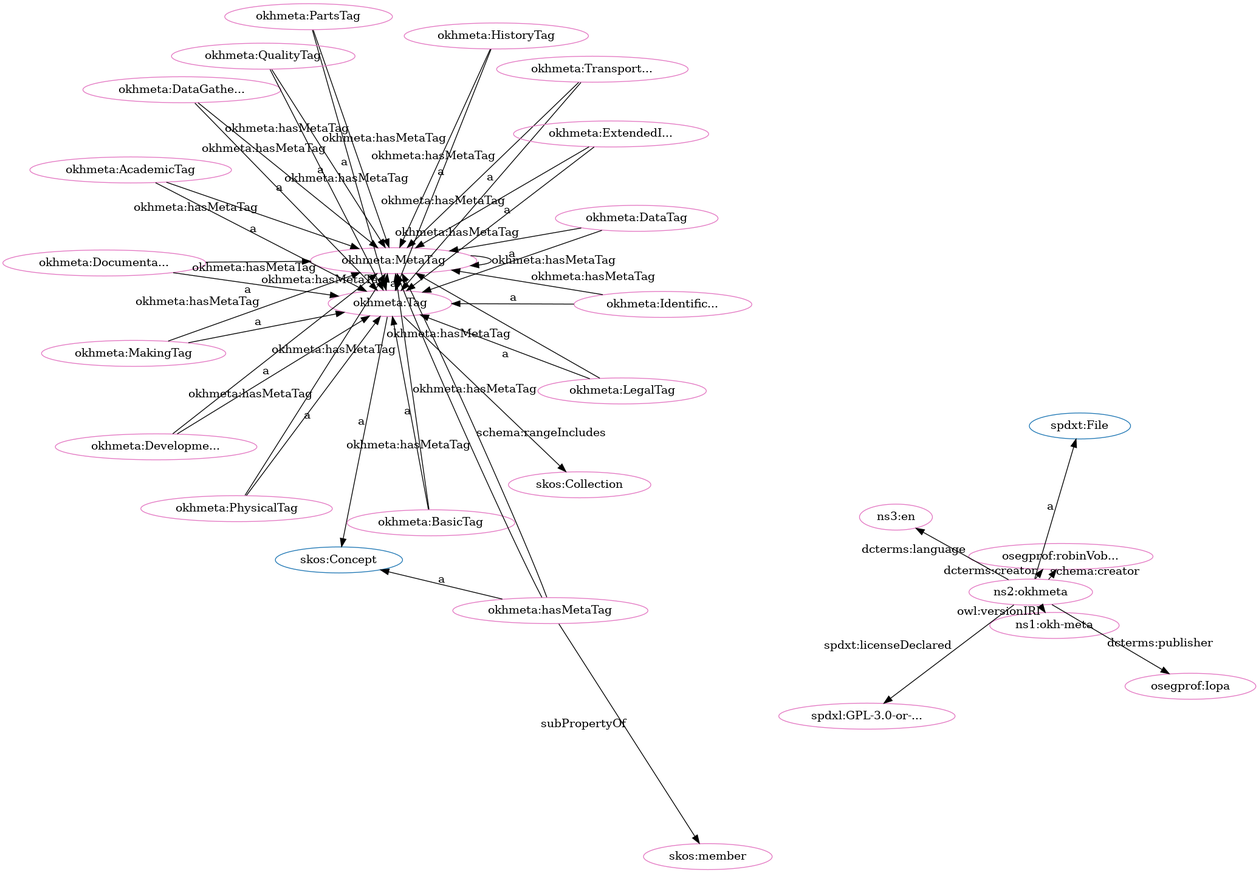
The Graphviz diagram src/spec/dot_okh-meta-clean.png in iop-alliance/OpenKnowHow, before a commit. Its source is kept beside it as src/spec/dot_okh-meta-clean.dot.
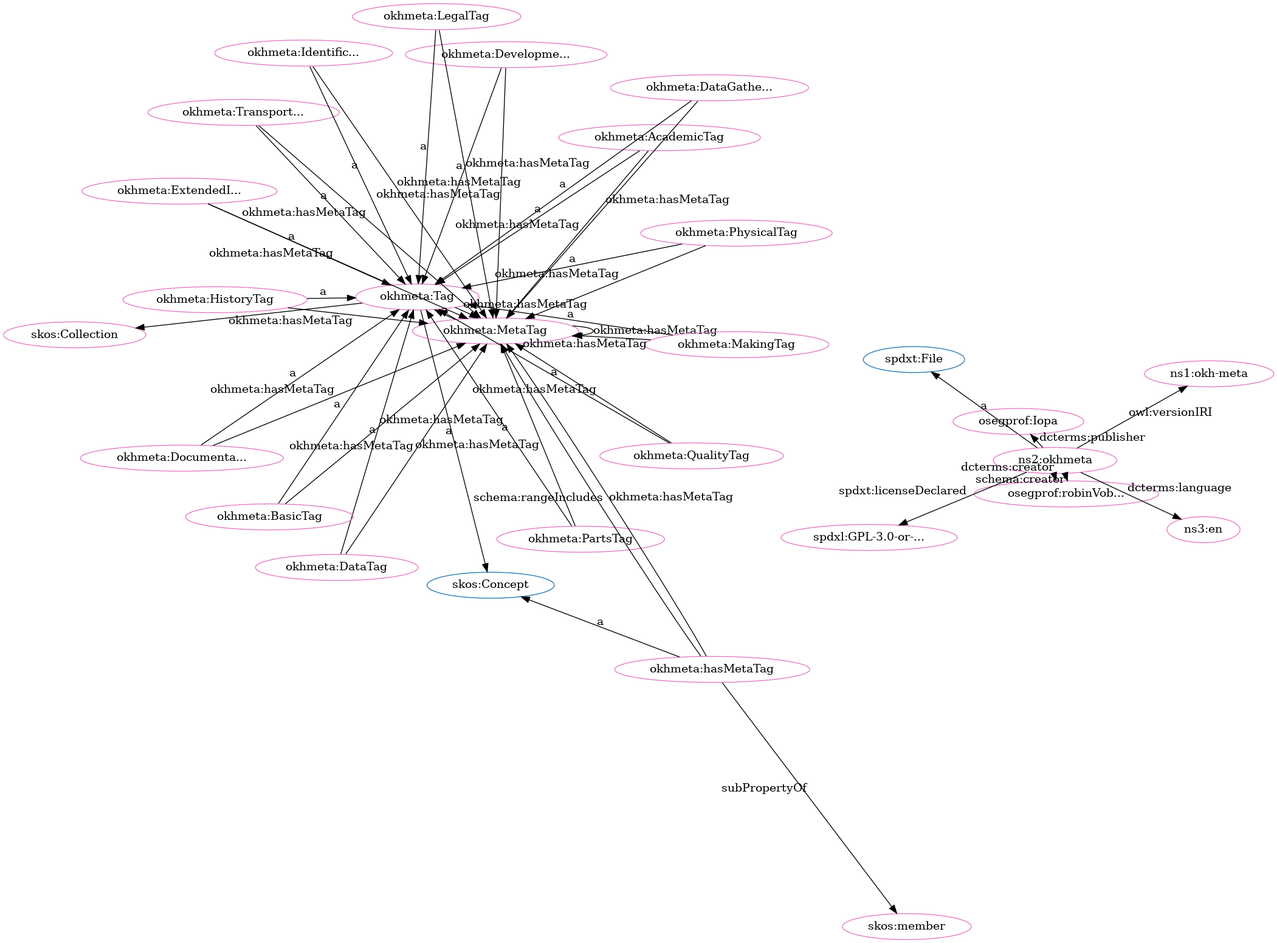
After the change.

What changed in the source:
```diff
@@ -1,81 +1,81 @@
 digraph G {
   rankdir=BT
   node[height=.3]
+"http://spdx.org/rdf/terms#File" [fillcolor="#1f77b4" color="#1f77b4" label="spdxt:File"]
+"https://w3id.org/oseg/ont/okhmeta#Tag" [fillcolor="#1f77b4" color="#1f77b4" label="okhmeta:Tag"]
+"http://www.w3.org/2004/02/skos/core#Collection" [fillcolor="#1f77b4" color="#1f77b4" label="skos:Collection"]
 "http://www.w3.org/2004/02/skos/core#Concept" [fillcolor="#1f77b4" color="#1f77b4" label="skos:Concept"]
 "https://w3id.org/oseg/ont/okhmeta#MetaTag" [fillcolor="#1f77b4" color="#1f77b4" label="okhmeta:MetaTag"]
-"http://www.w3.org/2004/02/skos/core#Collection" [fillcolor="#1f77b4" color="#1f77b4" label="skos:Collection"]
-"https://w3id.org/oseg/ont/okhmeta#Tag" [fillcolor="#1f77b4" color="#1f77b4" label="okhmeta:Tag"]
-"http://spdx.org/rdf/terms#File" [fillcolor="#1f77b4" color="#1f77b4" label="spdxt:File"]
+"https://w3id.org/oseg/ont/okhmeta#MakingTag" [fillcolor="#e377c2" color="#e377c2" label="okhmeta:MakingTag"]
+"https://w3id.org/oseg/ont/okhmeta#HistoryTag" [fillcolor="#e377c2" color="#e377c2" label="okhmeta:HistoryTag"]
 "https://w3id.org/oseg/ont/okhmeta#DataTag" [fillcolor="#e377c2" color="#e377c2" label="okhmeta:DataTag"]
+"https://w3id.org/oseg/ont/okhmeta#QualityTag" [fillcolor="#e377c2" color="#e377c2" label="okhmeta:QualityTag"]
+"https://w3id.org/oseg/ont/okhmeta#MetaTag" [fillcolor="#e377c2" color="#e377c2" label="okhmeta:MetaTag"]
+"https://w3id.org/oseg/ont/1.1.0/okh-meta" [fillcolor="#e377c2" color="#e377c2" label="ns1:okh-meta"]
 "https://w3id.org/oseg/ont/oseg-profiles#robinVobruba" [fillcolor="#e377c2" color="#e377c2" label="osegprof:robinVob..."]
+"https://w3id.org/oseg/ont/okhmeta#BasicTag" [fillcolor="#e377c2" color="#e377c2" label="okhmeta:BasicTag"]
 "https://w3id.org/oseg/ont/okhmeta#PhysicalTag" [fillcolor="#e377c2" color="#e377c2" label="okhmeta:PhysicalTag"]
-"https://w3id.org/oseg/ont/okhmeta#MetaTag" [fillcolor="#e377c2" color="#e377c2" label="okhmeta:MetaTag"]
+"http://www.w3.org/2004/02/skos/core#Collection" [fillcolor="#e377c2" color="#e377c2" label="skos:Collection"]
+"https://w3id.org/oseg/ont/okhmeta#DocumentationTag" [fillcolor="#e377c2" color="#e377c2" label="okhmeta:Documenta..."]
+"https://w3id.org/oseg/ont/okhmeta#TransportationTag" [fillcolor="#e377c2" color="#e377c2" label="okhmeta:Transport..."]
+"https://w3id.org/oseg/ont/okhmeta#PartsTag" [fillcolor="#e377c2" color="#e377c2" label="okhmeta:PartsTag"]
+"https://w3id.org/oseg/ont/okhmeta#AcademicTag" [fillcolor="#e377c2" color="#e377c2" label="okhmeta:AcademicTag"]
 "https://w3id.org/oseg/ont/okhmeta#DevelopmentTag" [fillcolor="#e377c2" color="#e377c2" label="okhmeta:Developme..."]
-"https://w3id.org/oseg/ont/okhmeta#Tag" [fillcolor="#e377c2" color="#e377c2" label="okhmeta:Tag"]
-"https://w3id.org/oseg/ont/okhmeta#IdentificationTag" [fillcolor="#e377c2" color="#e377c2" label="okhmeta:Identific..."]
-"https://w3id.org/oseg/ont/okhmeta#MakingTag" [fillcolor="#e377c2" color="#e377c2" label="okhmeta:MakingTag"]
-"https://w3id.org/oseg/ont/okhmeta#BasicTag" [fillcolor="#e377c2" color="#e377c2" label="okhmeta:BasicTag"]
-"https://w3id.org/oseg/ont/1.1.0/okh-meta" [fillcolor="#e377c2" color="#e377c2" label="ns1:okh-meta"]
+"https://w3id.org/oseg/ont/okhmeta#ExtendedInfoTag" [fillcolor="#e377c2" color="#e377c2" label="okhmeta:ExtendedI..."]
 "https://w3id.org/oseg/ont/okhmeta#hasMetaTag" [fillcolor="#e377c2" color="#e377c2" label="okhmeta:hasMetaTag"]
-"https://w3id.org/oseg/ont/okhmeta#TransportationTag" [fillcolor="#e377c2" color="#e377c2" label="okhmeta:Transport..."]
-"https://w3id.org/oseg/ont/okhmeta#HistoryTag" [fillcolor="#e377c2" color="#e377c2" label="okhmeta:HistoryTag"]
 "https://w3id.org/oseg/ont/okhmeta" [fillcolor="#e377c2" color="#e377c2" label="ns2:okhmeta"]
-"http://www.w3.org/2004/02/skos/core#Collection" [fillcolor="#e377c2" color="#e377c2" label="skos:Collection"]
-"https://w3id.org/oseg/ont/oseg-profiles#Iopa" [fillcolor="#e377c2" color="#e377c2" label="osegprof:Iopa"]
-"https://w3id.org/oseg/ont/okhmeta#AcademicTag" [fillcolor="#e377c2" color="#e377c2" label="okhmeta:AcademicTag"]
-"https://w3id.org/oseg/ont/okhmeta#DocumentationTag" [fillcolor="#e377c2" color="#e377c2" label="okhmeta:Documenta..."]
-"https://w3id.org/oseg/ont/okhmeta#ExtendedInfoTag" [fillcolor="#e377c2" color="#e377c2" label="okhmeta:ExtendedI..."]
-"http://id.loc.gov/vocabulary/iso639-1/en" [fillcolor="#e377c2" color="#e377c2" label="ns3:en"]
 "http://www.w3.org/2004/02/skos/core#member" [fillcolor="#e377c2" color="#e377c2" label="skos:member"]
 "https://w3id.org/oseg/ont/okhmeta#DataGatheringTag" [fillcolor="#e377c2" color="#e377c2" label="okhmeta:DataGathe..."]
+"http://id.loc.gov/vocabulary/iso639-1/en" [fillcolor="#e377c2" color="#e377c2" label="ns3:en"]
+"https://w3id.org/oseg/ont/okhmeta#LegalTag" [fillcolor="#e377c2" color="#e377c2" label="okhmeta:LegalTag"]
+"https://w3id.org/oseg/ont/okhmeta#Tag" [fillcolor="#e377c2" color="#e377c2" label="okhmeta:Tag"]
+"https://w3id.org/oseg/ont/oseg-profiles#Iopa" [fillcolor="#e377c2" color="#e377c2" label="osegprof:Iopa"]
 "https://spdx.org/licenses/GPL-3.0-or-later" [fillcolor="#e377c2" color="#e377c2" label="spdxl:GPL-3.0-or-..."]
-"https://w3id.org/oseg/ont/okhmeta#PartsTag" [fillcolor="#e377c2" color="#e377c2" label="okhmeta:PartsTag"]
-"https://w3id.org/oseg/ont/okhmeta#QualityTag" [fillcolor="#e377c2" color="#e377c2" label="okhmeta:QualityTag"]
-"https://w3id.org/oseg/ont/okhmeta#LegalTag" [fillcolor="#e377c2" color="#e377c2" label="okhmeta:LegalTag"]
+"https://w3id.org/oseg/ont/okhmeta#IdentificationTag" [fillcolor="#e377c2" color="#e377c2" label="okhmeta:Identific..."]
+  "https://w3id.org/oseg/ont/okhmeta#MakingTag" -> "https://w3id.org/oseg/ont/okhmeta#Tag" [label="a"]
+  "https://w3id.org/oseg/ont/okhmeta#DataTag" -> "https://w3id.org/oseg/ont/okhmeta#Tag" [label="a"]
+  "https://w3id.org/oseg/ont/okhmeta#QualityTag" -> "https://w3id.org/oseg/ont/okhmeta#Tag" [label="a"]
+  "https://w3id.org/oseg/ont/okhmeta#BasicTag" -> "https://w3id.org/oseg/ont/okhmeta#Tag" [label="a"]
   "https://w3id.org/oseg/ont/okhmeta#PhysicalTag" -> "https://w3id.org/oseg/ont/okhmeta#Tag" [label="a"]
+  "https://w3id.org/oseg/ont/okhmeta#Tag" -> "http://www.w3.org/2004/02/skos/core#Collection" [label=""]
+  "https://w3id.org/oseg/ont/okhmeta#PartsTag" -> "https://w3id.org/oseg/ont/okhmeta#MetaTag" [label="okhmeta:hasMetaTag"]
+  "https://w3id.org/oseg/ont/okhmeta#AcademicTag" -> "https://w3id.org/oseg/ont/okhmeta#MetaTag" [label="okhmeta:hasMetaTag"]
+  "https://w3id.org/oseg/ont/okhmeta#hasMetaTag" -> "https://w3id.org/oseg/ont/okhmeta#MetaTag" [label="schema:rangeIncludes"]
+  "https://w3id.org/oseg/ont/okhmeta#PartsTag" -> "https://w3id.org/oseg/ont/okhmeta#Tag" [label="a"]
+  "https://w3id.org/oseg/ont/okhmeta#AcademicTag" -> "https://w3id.org/oseg/ont/okhmeta#Tag" [label="a"]
+  "https://w3id.org/oseg/ont/okhmeta#IdentificationTag" -> "https://w3id.org/oseg/ont/okhmeta#MetaTag" [label="okhmeta:hasMetaTag"]
+  "https://w3id.org/oseg/ont/okhmeta#ExtendedInfoTag" -> "https://w3id.org/oseg/ont/okhmeta#Tag" [label="a"]
+  "https://w3id.org/oseg/ont/okhmeta#MakingTag" -> "https://w3id.org/oseg/ont/okhmeta#MetaTag" [label="okhmeta:hasMetaTag"]
+  "https://w3id.org/oseg/ont/okhmeta#QualityTag" -> "https://w3id.org/oseg/ont/okhmeta#MetaTag" [label="okhmeta:hasMetaTag"]
+  "https://w3id.org/oseg/ont/okhmeta#DataGatheringTag" -> "https://w3id.org/oseg/ont/okhmeta#MetaTag" [label="okhmeta:hasMetaTag"]
+  "https://w3id.org/oseg/ont/okhmeta#BasicTag" -> "https://w3id.org/oseg/ont/okhmeta#MetaTag" [label="okhmeta:hasMetaTag"]
+  "https://w3id.org/oseg/ont/okhmeta#hasMetaTag" -> "http://www.w3.org/2004/02/skos/core#member" [label="subPropertyOf"]
+  "https://w3id.org/oseg/ont/okhmeta#DataGatheringTag" -> "https://w3id.org/oseg/ont/okhmeta#Tag" [label="a"]
   "https://w3id.org/oseg/ont/okhmeta#MetaTag" -> "https://w3id.org/oseg/ont/okhmeta#MetaTag" [label="okhmeta:hasMetaTag"]
-  "https://w3id.org/oseg/ont/okhmeta" -> "https://w3id.org/oseg/ont/oseg-profiles#robinVobruba" [label="dcterms:creator"]
-  "https://w3id.org/oseg/ont/okhmeta#DevelopmentTag" -> "https://w3id.org/oseg/ont/okhmeta#Tag" [label="a"]
-  "https://w3id.org/oseg/ont/okhmeta#IdentificationTag" -> "https://w3id.org/oseg/ont/okhmeta#Tag" [label="a"]
-  "https://w3id.org/oseg/ont/okhmeta#MakingTag" -> "https://w3id.org/oseg/ont/okhmeta#Tag" [label="a"]
-  "https://w3id.org/oseg/ont/okhmeta#PartsTag" -> "https://w3id.org/oseg/ont/okhmeta#MetaTag" [label="okhmeta:hasMetaTag"]
+  "https://w3id.org/oseg/ont/okhmeta#Tag" -> "http://www.w3.org/2004/02/skos/core#Concept" [label="a"]
+  "https://w3id.org/oseg/ont/okhmeta#ExtendedInfoTag" -> "https://w3id.org/oseg/ont/okhmeta#MetaTag" [label="okhmeta:hasMetaTag"]
+  "https://w3id.org/oseg/ont/okhmeta" -> "http://spdx.org/rdf/terms#File" [label="a"]
+  "https://w3id.org/oseg/ont/okhmeta" -> "https://spdx.org/licenses/GPL-3.0-or-later" [label="spdxt:licenseDeclared"]
+  "https://w3id.org/oseg/ont/okhmeta#HistoryTag" -> "https://w3id.org/oseg/ont/okhmeta#Tag" [label="a"]
+  "https://w3id.org/oseg/ont/okhmeta#DocumentationTag" -> "https://w3id.org/oseg/ont/okhmeta#MetaTag" [label="okhmeta:hasMetaTag"]
   "https://w3id.org/oseg/ont/okhmeta" -> "https://w3id.org/oseg/ont/1.1.0/okh-meta" [label="owl:versionIRI"]
-  "https://w3id.org/oseg/ont/okhmeta#hasMetaTag" -> "http://www.w3.org/2004/02/skos/core#Concept" [label="a"]
-  "https://w3id.org/oseg/ont/okhmeta#TransportationTag" -> "https://w3id.org/oseg/ont/okhmeta#Tag" [label="a"]
-  "https://w3id.org/oseg/ont/okhmeta" -> "http://spdx.org/rdf/terms#File" [label="a"]
+  "https://w3id.org/oseg/ont/okhmeta" -> "https://w3id.org/oseg/ont/oseg-profiles#robinVobruba" [label="schema:creator"]
   "https://w3id.org/oseg/ont/okhmeta#Tag" -> "https://w3id.org/oseg/ont/okhmeta#MetaTag" [label="okhmeta:hasMetaTag"]
-  "https://w3id.org/oseg/ont/okhmeta#DataTag" -> "https://w3id.org/oseg/ont/okhmeta#MetaTag" [label="okhmeta:hasMetaTag"]
-  "https://w3id.org/oseg/ont/okhmeta" -> "https://w3id.org/oseg/ont/oseg-profiles#Iopa" [label="dcterms:publisher"]
-  "https://w3id.org/oseg/ont/okhmeta#BasicTag" -> "https://w3id.org/oseg/ont/okhmeta#MetaTag" [label="okhmeta:hasMetaTag"]
-  "https://w3id.org/oseg/ont/okhmeta#HistoryTag" -> "https://w3id.org/oseg/ont/okhmeta#MetaTag" [label="okhmeta:hasMetaTag"]
-  "https://w3id.org/oseg/ont/okhmeta#AcademicTag" -> "https://w3id.org/oseg/ont/okhmeta#Tag" [label="a"]
-  "https://w3id.org/oseg/ont/okhmeta#MetaTag" -> "https://w3id.org/oseg/ont/okhmeta#Tag" [label="a"]
-  "https://w3id.org/oseg/ont/okhmeta#DocumentationTag" -> "https://w3id.org/oseg/ont/okhmeta#MetaTag" [label="okhmeta:hasMetaTag"]
-  "https://w3id.org/oseg/ont/okhmeta#PartsTag" -> "https://w3id.org/oseg/ont/okhmeta#Tag" [label="a"]
-  "https://w3id.org/oseg/ont/okhmeta#ExtendedInfoTag" -> "https://w3id.org/oseg/ont/okhmeta#MetaTag" [label="okhmeta:hasMetaTag"]
-  "https://w3id.org/oseg/ont/okhmeta#DataGatheringTag" -> "https://w3id.org/oseg/ont/okhmeta#MetaTag" [label="okhmeta:hasMetaTag"]
-  "https://w3id.org/oseg/ont/okhmeta#DataTag" -> "https://w3id.org/oseg/ont/okhmeta#Tag" [label="a"]
-  "https://w3id.org/oseg/ont/okhmeta" -> "https://w3id.org/oseg/ont/oseg-profiles#robinVobruba" [label="schema:creator"]
-  "https://w3id.org/oseg/ont/okhmeta#Tag" -> "http://www.w3.org/2004/02/skos/core#Concept" [label="a"]
-  "https://w3id.org/oseg/ont/okhmeta#QualityTag" -> "https://w3id.org/oseg/ont/okhmeta#MetaTag" [label="okhmeta:hasMetaTag"]
-  "https://w3id.org/oseg/ont/okhmeta#BasicTag" -> "https://w3id.org/oseg/ont/okhmeta#Tag" [label="a"]
-  "https://w3id.org/oseg/ont/okhmeta#LegalTag" -> "https://w3id.org/oseg/ont/okhmeta#MetaTag" [label="okhmeta:hasMetaTag"]
-  "https://w3id.org/oseg/ont/okhmeta#HistoryTag" -> "https://w3id.org/oseg/ont/okhmeta#Tag" [label="a"]
-  "https://w3id.org/oseg/ont/okhmeta#Tag" -> "http://www.w3.org/2004/02/skos/core#Collection" [label=""]
-  "https://w3id.org/oseg/ont/okhmeta#PhysicalTag" -> "https://w3id.org/oseg/ont/okhmeta#MetaTag" [label="okhmeta:hasMetaTag"]
-  "https://w3id.org/oseg/ont/okhmeta#DevelopmentTag" -> "https://w3id.org/oseg/ont/okhmeta#MetaTag" [label="okhmeta:hasMetaTag"]
-  "https://w3id.org/oseg/ont/okhmeta#IdentificationTag" -> "https://w3id.org/oseg/ont/okhmeta#MetaTag" [label="okhmeta:hasMetaTag"]
-  "https://w3id.org/oseg/ont/okhmeta#MakingTag" -> "https://w3id.org/oseg/ont/okhmeta#MetaTag" [label="okhmeta:hasMetaTag"]
-  "https://w3id.org/oseg/ont/okhmeta#hasMetaTag" -> "https://w3id.org/oseg/ont/okhmeta#MetaTag" [label="okhmeta:hasMetaTag"]
   "https://w3id.org/oseg/ont/okhmeta#TransportationTag" -> "https://w3id.org/oseg/ont/okhmeta#MetaTag" [label="okhmeta:hasMetaTag"]
   "https://w3id.org/oseg/ont/okhmeta#DocumentationTag" -> "https://w3id.org/oseg/ont/okhmeta#Tag" [label="a"]
-  "https://w3id.org/oseg/ont/okhmeta#ExtendedInfoTag" -> "https://w3id.org/oseg/ont/okhmeta#Tag" [label="a"]
+  "https://w3id.org/oseg/ont/okhmeta#DevelopmentTag" -> "https://w3id.org/oseg/ont/okhmeta#MetaTag" [label="okhmeta:hasMetaTag"]
+  "https://w3id.org/oseg/ont/okhmeta#MetaTag" -> "https://w3id.org/oseg/ont/okhmeta#Tag" [label="a"]
+  "https://w3id.org/oseg/ont/okhmeta#TransportationTag" -> "https://w3id.org/oseg/ont/okhmeta#Tag" [label="a"]
+  "https://w3id.org/oseg/ont/okhmeta#hasMetaTag" -> "https://w3id.org/oseg/ont/okhmeta#MetaTag" [label="okhmeta:hasMetaTag"]
+  "https://w3id.org/oseg/ont/okhmeta#DevelopmentTag" -> "https://w3id.org/oseg/ont/okhmeta#Tag" [label="a"]
+  "https://w3id.org/oseg/ont/okhmeta#hasMetaTag" -> "http://www.w3.org/2004/02/skos/core#Concept" [label="a"]
+  "https://w3id.org/oseg/ont/okhmeta#LegalTag" -> "https://w3id.org/oseg/ont/okhmeta#MetaTag" [label="okhmeta:hasMetaTag"]
+  "https://w3id.org/oseg/ont/okhmeta#HistoryTag" -> "https://w3id.org/oseg/ont/okhmeta#MetaTag" [label="okhmeta:hasMetaTag"]
+  "https://w3id.org/oseg/ont/okhmeta#PhysicalTag" -> "https://w3id.org/oseg/ont/okhmeta#MetaTag" [label="okhmeta:hasMetaTag"]
+  "https://w3id.org/oseg/ont/okhmeta" -> "https://w3id.org/oseg/ont/oseg-profiles#robinVobruba" [label="dcterms:creator"]
   "https://w3id.org/oseg/ont/okhmeta" -> "http://id.loc.gov/vocabulary/iso639-1/en" [label="dcterms:language"]
-  "https://w3id.org/oseg/ont/okhmeta#hasMetaTag" -> "http://www.w3.org/2004/02/skos/core#member" [label="subPropertyOf"]
-  "https://w3id.org/oseg/ont/okhmeta#hasMetaTag" -> "https://w3id.org/oseg/ont/okhmeta#MetaTag" [label="schema:rangeIncludes"]
-  "https://w3id.org/oseg/ont/okhmeta#DataGatheringTag" -> "https://w3id.org/oseg/ont/okhmeta#Tag" [label="a"]
-  "https://w3id.org/oseg/ont/okhmeta" -> "https://spdx.org/licenses/GPL-3.0-or-later" [label="spdxt:licenseDeclared"]
-  "https://w3id.org/oseg/ont/okhmeta#AcademicTag" -> "https://w3id.org/oseg/ont/okhmeta#MetaTag" [label="okhmeta:hasMetaTag"]
-  "https://w3id.org/oseg/ont/okhmeta#QualityTag" -> "https://w3id.org/oseg/ont/okhmeta#Tag" [label="a"]
   "https://w3id.org/oseg/ont/okhmeta#LegalTag" -> "https://w3id.org/oseg/ont/okhmeta#Tag" [label="a"]
+  "https://w3id.org/oseg/ont/okhmeta" -> "https://w3id.org/oseg/ont/oseg-profiles#Iopa" [label="dcterms:publisher"]
+  "https://w3id.org/oseg/ont/okhmeta#DataTag" -> "https://w3id.org/oseg/ont/okhmeta#MetaTag" [label="okhmeta:hasMetaTag"]
+  "https://w3id.org/oseg/ont/okhmeta#IdentificationTag" -> "https://w3id.org/oseg/ont/okhmeta#Tag" [label="a"]
 }
```
